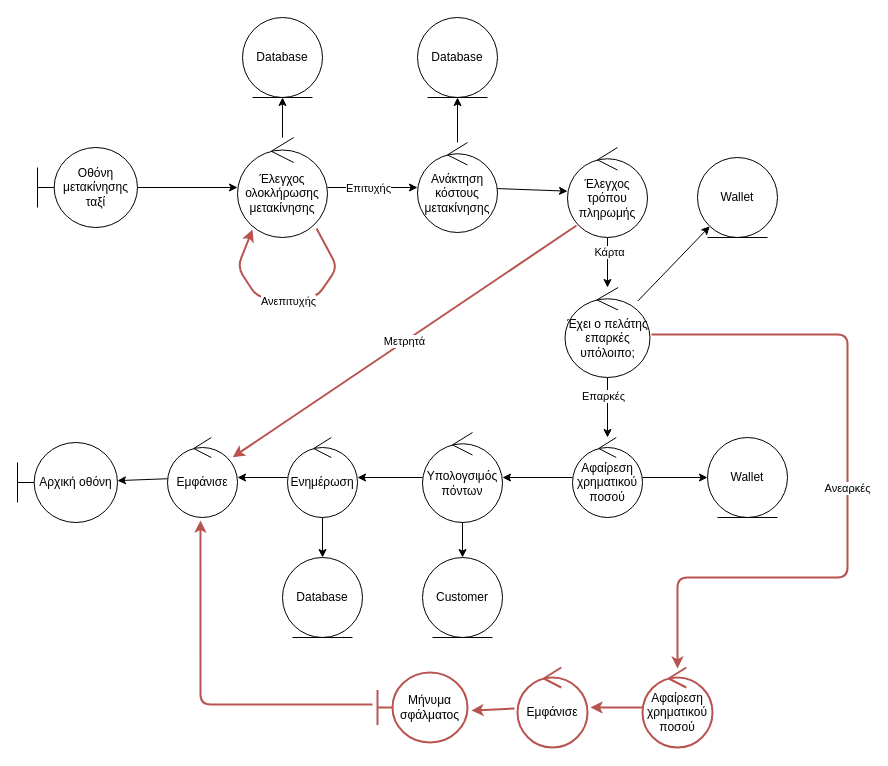
Nikolis2002/texnoligia_logismikou keeps this draw.io diagram as Part_2/Robustness/diagrams/11_Αποβίβαση_από_Ταξί.drawio. Above is the earlier version. Source tidied: cells renumbered, new cells numbered last; positions are measured from the earlier drawing's top-left corner, leaving out a move shared by most shapes. Both pictures are drawn from the tidied source at 100%, with x=0, y=0 at pixel (17, 17).
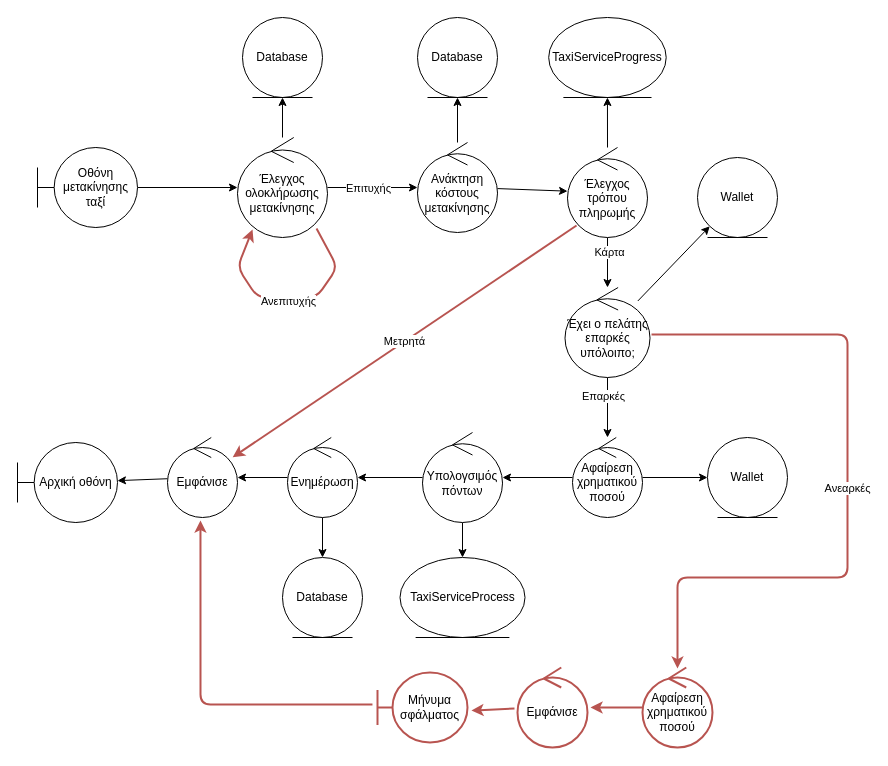
Above is the later version.

The change refers to these unchanged cells:
```xml
<mxCell id="15" value="Έλεγχος τρόπου πληρωμής" style="ellipse;shape=umlControl;whiteSpace=wrap;html=1;" parent="1" vertex="1">
  <mxGeometry x="550" y="130" width="80" height="90" as="geometry" />
</mxCell>
```

What changed in the source:
```diff
@@
+    <mxCell id="46" style="edgeStyle=none;html=1;" parent="1" edge="1" source="15" target="47">
+      <mxGeometry relative="1" as="geometry" />
+    </mxCell>
@@
-    <mxCell id="28" value="Customer" style="ellipse;shape=umlEntity;whiteSpace=wrap;html=1;" parent="1" vertex="1">
-      <mxGeometry x="405" y="540" width="80" height="80" as="geometry" />
+    <mxCell id="28" value="TaxiServiceProcess" style="ellipse;shape=umlEntity;whiteSpace=wrap;html=1;" parent="1" vertex="1">
+      <mxGeometry x="382.5" y="540" width="125" height="80" as="geometry" />
     </mxCell>
@@
+    <mxCell id="47" value="TaxiServiceProgress" style="ellipse;shape=umlEntity;whiteSpace=wrap;html=1;" parent="1" vertex="1">
+      <mxGeometry x="531.2" width="117.5" height="80" as="geometry" />
+    </mxCell>
```
